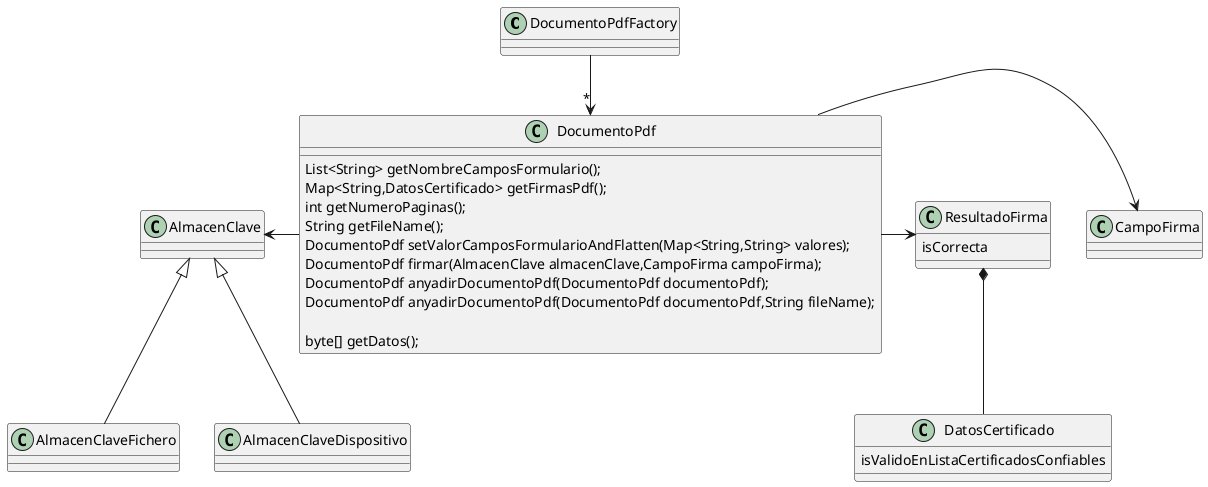
This is src/main/java/com/educaflow/common/pdf/pdf.png from educaflow/pruebasLorenzo, a PlantUML export, as it was before one commit.
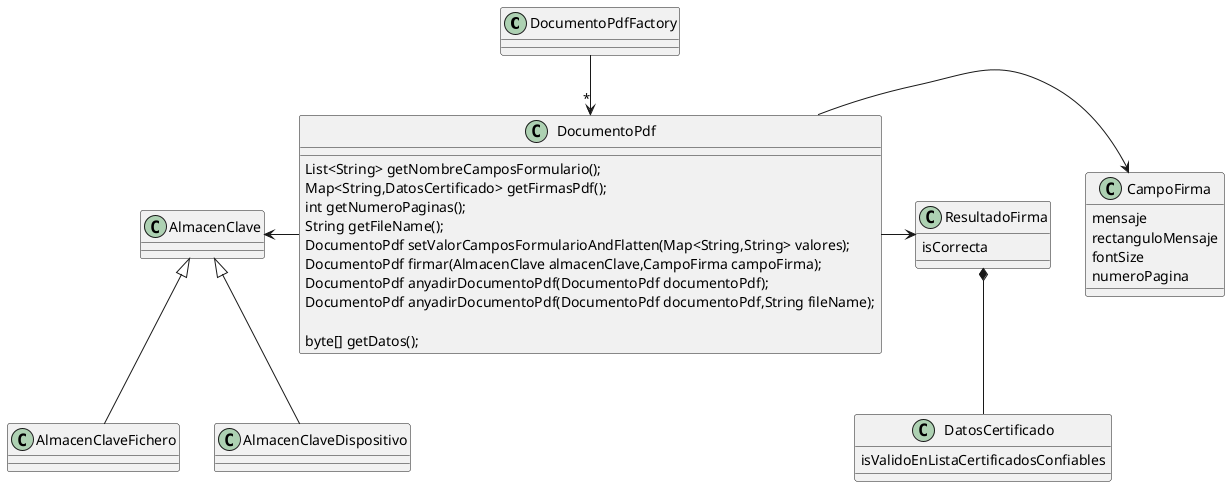
Above is the later version.

Commit message:
Nuevo diagrama UML

Diff of the diagram source:
```diff
@@ -33,4 +33,11 @@
     isValidoEnListaCertificadosConfiables
 }
 
+class CampoFirma {
+mensaje
+rectanguloMensaje
+fontSize
+numeroPagina
+}
+
 @enduml
```
